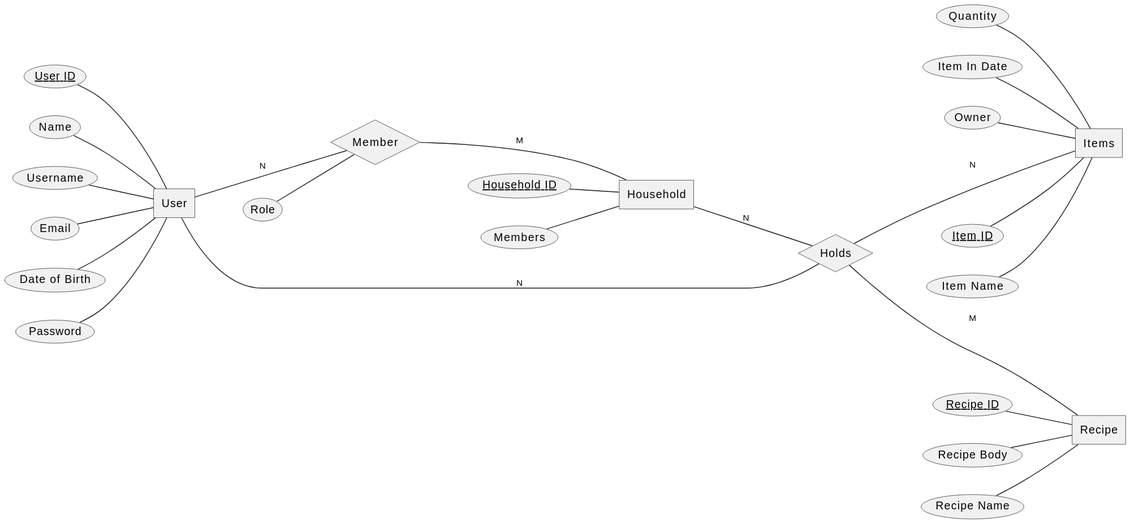
This is docs/erd/diagram.svg from AryaShrestha05/kitchen_management_suite, a PlantUML export, as it was before one commit.
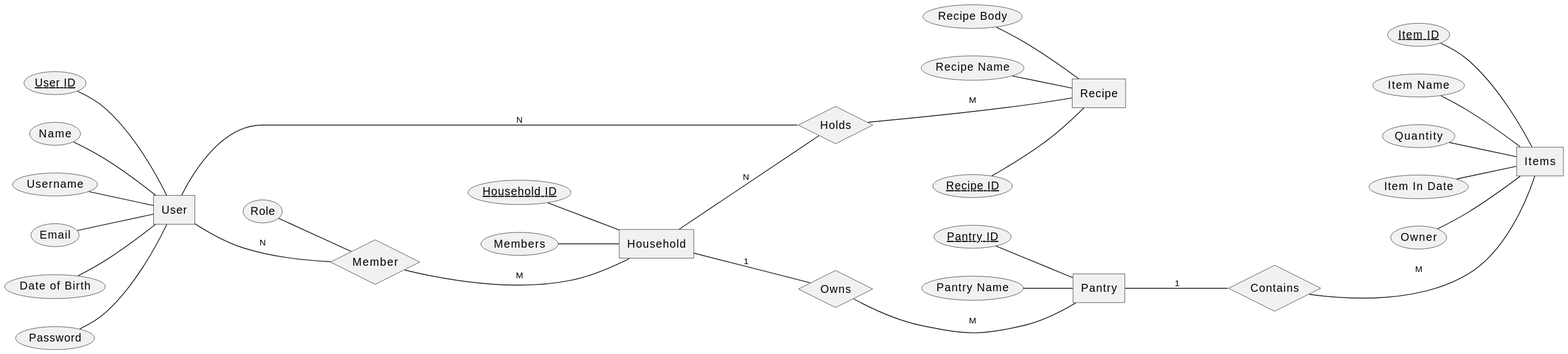
Later version of the same file.

Diff of the diagram source:
```diff
@@ -12,6 +12,10 @@
 entity Household {
     Household ID <<key>>
     Members
+}
+entity Pantry {
+    Pantry ID <<key>>
+    Pantry Name
 }
 entity Items {
     Item ID <<key>>
@@ -30,10 +34,16 @@
 }
 relationship Holds {
 }
-
+relationship Contains {
+}
+relationship Owns {
+}
 User -N- Member
 Member -M- Household
-Holds -N- Items
+Household -1- Owns
+Owns -M- Pantry
+Pantry -1- Contains
+Contains -M- Items
 
 User -N- Holds
 Holds -M- Recipe
```
